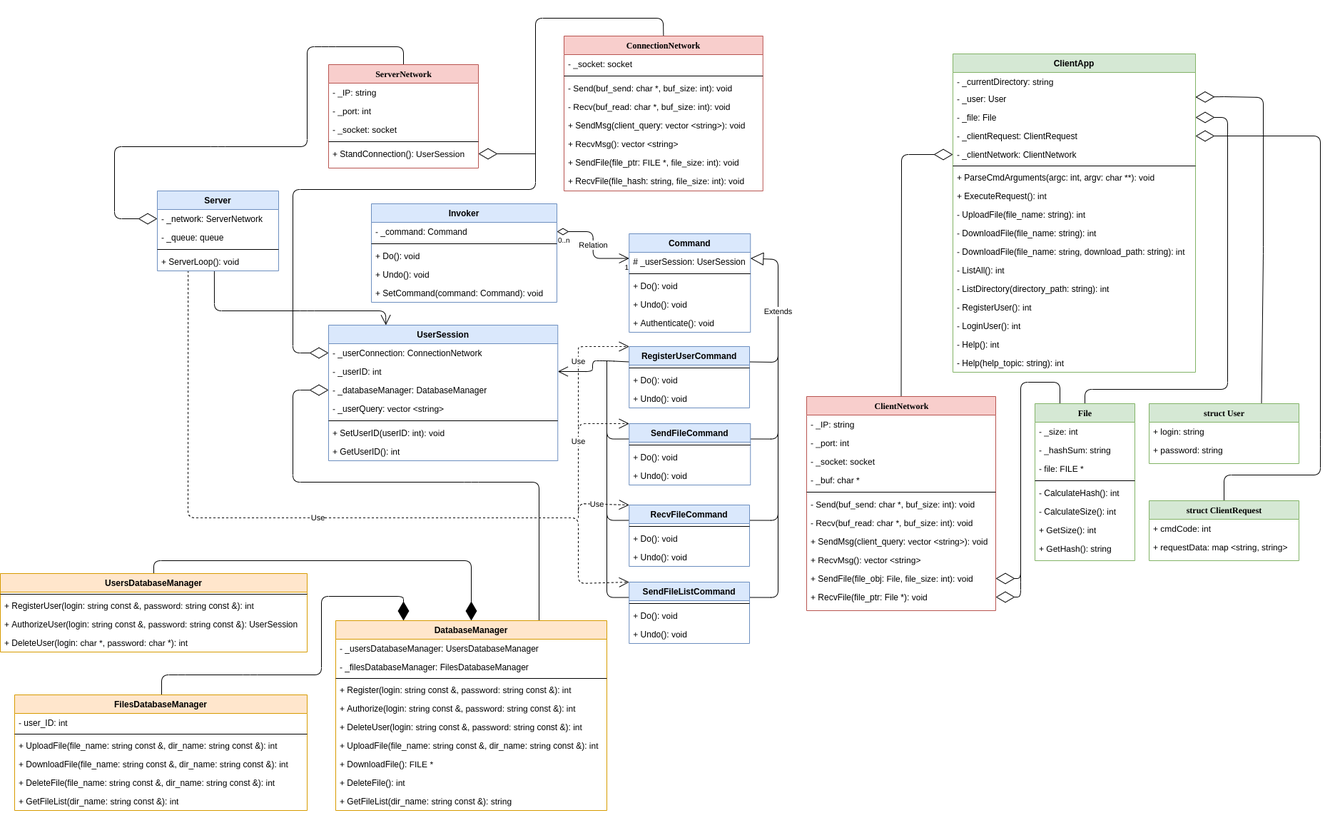
Before: uml.png, a diagram exported from draw.io (SmailD35/ScreamerCloud). Source tidied: cells renumbered, new cells last; positions are measured from the earlier drawing's top-left corner, leaving out a move shared by most shapes.
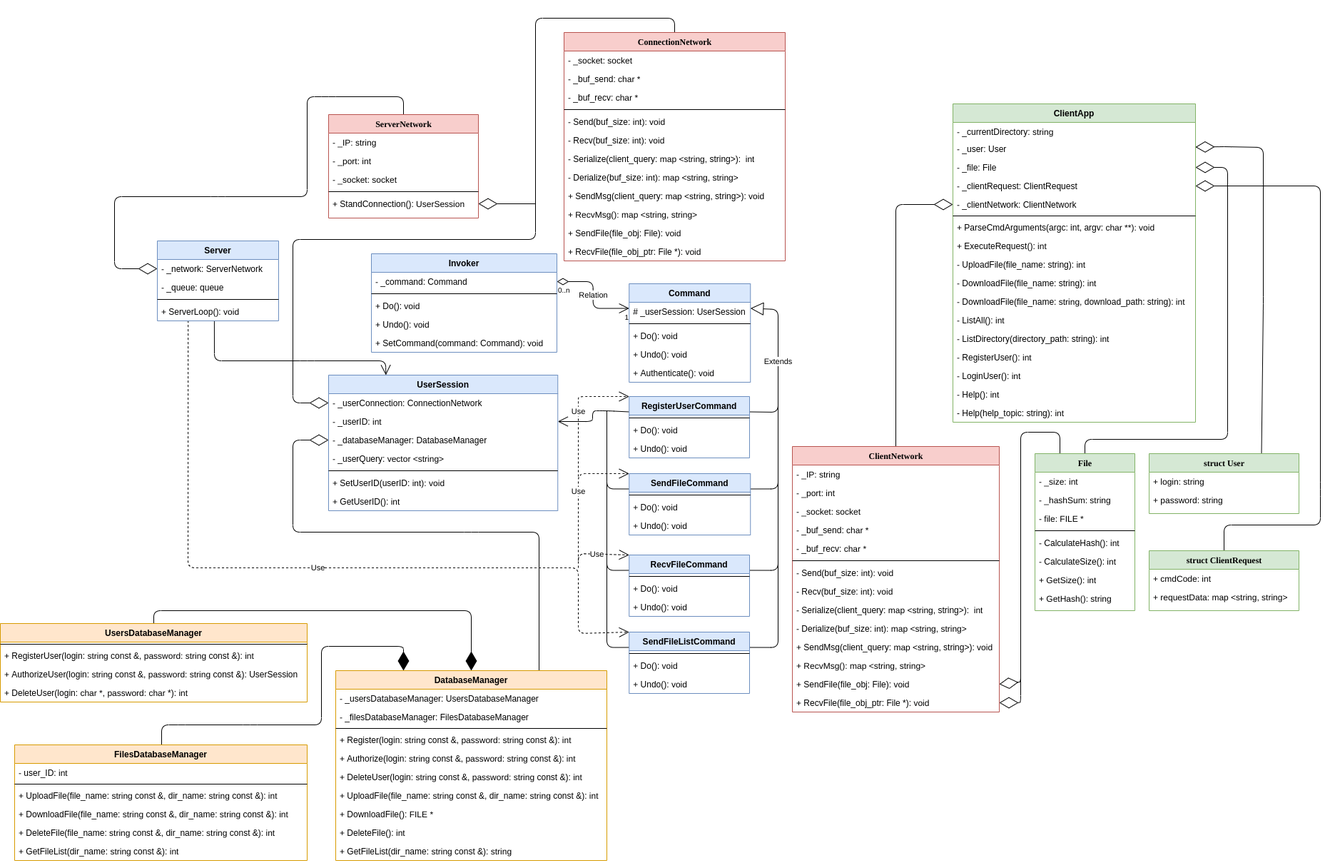
The same diagram one commit later.

Change to the diagram source:
```diff
@@ -14,7 +14,7 @@
     <mxCell id="3" style="endArrow=diamondThin;endFill=0;endSize=24;html=1;entryX=0;entryY=0.5;entryDx=0;entryDy=0;exitX=0.5;exitY=0;exitDx=0;exitDy=0;" parent="1" edge="1" source="128" target="35">
       <mxGeometry relative="1" as="geometry">
         <Array as="points">
-          <mxPoint x="1263" y="191" />
+          <mxPoint x="1255" y="191" />
         </Array>
       </mxGeometry>
     </mxCell>
@@ -165,8 +165,8 @@
     <mxCell id="24" style="endArrow=diamondThin;endFill=0;endSize=24;html=1;entryX=0;entryY=0.5;entryDx=0;entryDy=0;exitX=0.5;exitY=0;exitDx=0;exitDy=0;" parent="1" edge="1" source="95" target="76">
       <mxGeometry relative="1" as="geometry">
         <Array as="points">
-          <mxPoint x="929" />
-          <mxPoint x="750" />
+          <mxPoint x="945" y="-70" />
+          <mxPoint x="750" y="-70" />
           <mxPoint x="750" y="240" />
           <mxPoint x="410" y="240" />
           <mxPoint x="410" y="469" />
@@ -212,7 +212,7 @@
         <Array as="points">
           <mxPoint x="1485" y="510" />
           <mxPoint x="1430" y="510" />
-          <mxPoint x="1430" y="785" />
+          <mxPoint x="1430" y="860" />
         </Array>
       </mxGeometry>
     </mxCell>
@@ -411,33 +411,6 @@
     <mxCell id="94" value="+ Undo(): void" style="text;strokeColor=none;fillColor=none;align=left;verticalAlign=top;spacingLeft=4;spacingRight=4;overflow=hidden;" parent="91" vertex="1">
       <mxGeometry y="60" width="168.8" height="26" as="geometry" />
     </mxCell>
-    <mxCell id="95" value="ConnectionNetwork" style="swimlane;html=1;fontStyle=1;align=center;verticalAlign=top;horizontal=1;startSize=26;swimlaneFillColor=#ffffff;rounded=0;shadow=0;comic=0;labelBackgroundColor=none;strokeWidth=1;fillColor=#f8cecc;fontFamily=Verdana;fontSize=12;strokeColor=#b85450;" parent="1" vertex="1">
-      <mxGeometry x="790" y="25" width="278.8" height="217" as="geometry" />
-    </mxCell>
-    <mxCell id="96" value="- _socket: socket" style="text;html=1;strokeColor=none;fillColor=none;align=left;verticalAlign=top;spacingLeft=4;spacingRight=4;whiteSpace=wrap;overflow=hidden;" parent="95" vertex="1">
-      <mxGeometry y="26" width="278.8" height="26" as="geometry" />
-    </mxCell>
-    <mxCell id="97" style="line;html=1;strokeWidth=1;fillColor=none;align=left;verticalAlign=middle;spacingTop=-1;spacingLeft=3;spacingRight=3;labelPosition=right;" parent="95" vertex="1">
-      <mxGeometry y="52" width="278.8" height="8" as="geometry" />
-    </mxCell>
-    <mxCell id="98" value="- Send(buf_send: char *, buf_size: int): void" style="text;html=1;strokeColor=none;fillColor=none;align=left;verticalAlign=top;spacingLeft=4;spacingRight=4;whiteSpace=wrap;overflow=hidden;" parent="95" vertex="1">
-      <mxGeometry y="60" width="278.8" height="26" as="geometry" />
-    </mxCell>
-    <mxCell id="99" value="- Recv(buf_read: char *, buf_size: int): void" style="text;html=1;strokeColor=none;fillColor=none;align=left;verticalAlign=top;spacingLeft=4;spacingRight=4;whiteSpace=wrap;overflow=hidden;" parent="95" vertex="1">
-      <mxGeometry y="86" width="278.8" height="26" as="geometry" />
-    </mxCell>
-    <mxCell id="100" value="+ SendMsg(client_query: vector &amp;lt;string&amp;gt;): void&amp;nbsp;" style="text;html=1;strokeColor=none;fillColor=none;align=left;verticalAlign=top;spacingLeft=4;spacingRight=4;whiteSpace=wrap;overflow=hidden;" parent="95" vertex="1">
-      <mxGeometry y="112" width="278.8" height="26" as="geometry" />
-    </mxCell>
-    <mxCell id="101" value="+ RecvMsg(): vector &amp;lt;string&amp;gt;" style="text;html=1;strokeColor=none;fillColor=none;align=left;verticalAlign=top;spacingLeft=4;spacingRight=4;whiteSpace=wrap;overflow=hidden;" parent="95" vertex="1">
-      <mxGeometry y="138" width="278.8" height="26" as="geometry" />
-    </mxCell>
-    <mxCell id="102" value="+ SendFile(file_ptr: FILE *, file_size: int): void" style="text;html=1;strokeColor=none;fillColor=none;align=left;verticalAlign=top;spacingLeft=4;spacingRight=4;whiteSpace=wrap;overflow=hidden;" parent="95" vertex="1">
-      <mxGeometry y="164" width="278.8" height="26" as="geometry" />
-    </mxCell>
-    <mxCell id="103" value="+ RecvFile(file_hash: string, file_size: int): void" style="text;html=1;strokeColor=none;fillColor=none;align=left;verticalAlign=top;spacingLeft=4;spacingRight=4;whiteSpace=wrap;overflow=hidden;" parent="95" vertex="1">
-      <mxGeometry y="190" width="278.8" height="26" as="geometry" />
-    </mxCell>
     <mxCell id="104" value="DatabaseManager" style="swimlane;fontStyle=1;align=center;verticalAlign=top;horizontal=1;startSize=26;fillColor=#ffe6cc;strokeColor=#d79b00;" parent="1" vertex="1">
       <mxGeometry x="470" y="844" width="380" height="266" as="geometry" />
     </mxCell>
@@ -511,46 +484,55 @@
       <mxGeometry relative="1" as="geometry">
         <mxPoint x="1430" y="720" as="sourcePoint" />
         <Array as="points">
-          <mxPoint x="1430" y="780" />
-          <mxPoint x="1430" y="811" />
+          <mxPoint x="1430" y="830" />
+          <mxPoint x="1430" y="889" />
         </Array>
       </mxGeometry>
     </mxCell>
     <mxCell id="128" value="ClientNetwork" style="swimlane;html=1;fontStyle=1;align=center;verticalAlign=top;horizontal=1;startSize=26;swimlaneFillColor=#ffffff;rounded=0;shadow=0;comic=0;labelBackgroundColor=none;strokeWidth=1;fillColor=#f8cecc;fontFamily=Verdana;fontSize=12;strokeColor=#b85450;" parent="1" vertex="1">
-      <mxGeometry x="1130" y="530" width="265" height="300" as="geometry" />
+      <mxGeometry x="1110" y="530" width="290" height="372" as="geometry" />
     </mxCell>
     <mxCell id="129" value="- _IP: string" style="text;html=1;strokeColor=none;fillColor=none;align=left;verticalAlign=top;spacingLeft=4;spacingRight=4;whiteSpace=wrap;overflow=hidden;" parent="128" vertex="1">
-      <mxGeometry y="26" width="265" height="26" as="geometry" />
+      <mxGeometry y="26" width="290" height="26" as="geometry" />
     </mxCell>
     <mxCell id="130" value="- _port: int" style="text;html=1;strokeColor=none;fillColor=none;align=left;verticalAlign=top;spacingLeft=4;spacingRight=4;whiteSpace=wrap;overflow=hidden;" parent="128" vertex="1">
-      <mxGeometry y="52" width="265" height="26" as="geometry" />
+      <mxGeometry y="52" width="290" height="26" as="geometry" />
     </mxCell>
     <mxCell id="131" value="- _socket: socket" style="text;html=1;strokeColor=none;fillColor=none;align=left;verticalAlign=top;spacingLeft=4;spacingRight=4;whiteSpace=wrap;overflow=hidden;" parent="128" vertex="1">
-      <mxGeometry y="78" width="265" height="26" as="geometry" />
+      <mxGeometry y="78" width="290" height="26" as="geometry" />
     </mxCell>
-    <mxCell id="132" value="- _buf: char *" style="text;html=1;strokeColor=none;fillColor=none;align=left;verticalAlign=top;spacingLeft=4;spacingRight=4;whiteSpace=wrap;overflow=hidden;" parent="128" vertex="1">
-      <mxGeometry y="104" width="265" height="26" as="geometry" />
+    <mxCell id="132" value="- _buf_send: char *" style="text;html=1;strokeColor=none;fillColor=none;align=left;verticalAlign=top;spacingLeft=4;spacingRight=4;whiteSpace=wrap;overflow=hidden;" parent="128" vertex="1">
+      <mxGeometry y="104" width="290" height="26" as="geometry" />
     </mxCell>
+    <mxCell id="155" value="- _buf_recv: char *" style="text;html=1;strokeColor=none;fillColor=none;align=left;verticalAlign=top;spacingLeft=4;spacingRight=4;whiteSpace=wrap;overflow=hidden;" parent="128" vertex="1">
+      <mxGeometry y="130" width="290" height="26" as="geometry" />
+    </mxCell>
     <mxCell id="133" style="line;html=1;strokeWidth=1;fillColor=none;align=left;verticalAlign=middle;spacingTop=-1;spacingLeft=3;spacingRight=3;labelPosition=right;" parent="128" vertex="1">
-      <mxGeometry y="130" width="265" height="8" as="geometry" />
+      <mxGeometry y="156" width="290" height="8" as="geometry" />
     </mxCell>
-    <mxCell id="134" value="- Send(buf_send: char *, buf_size: int): void" style="text;html=1;strokeColor=none;fillColor=none;align=left;verticalAlign=top;spacingLeft=4;spacingRight=4;whiteSpace=wrap;overflow=hidden;" parent="128" vertex="1">
-      <mxGeometry y="138" width="265" height="26" as="geometry" />
+    <mxCell id="134" value="- Send(buf_size: int): void" style="text;html=1;strokeColor=none;fillColor=none;align=left;verticalAlign=top;spacingLeft=4;spacingRight=4;whiteSpace=wrap;overflow=hidden;" parent="128" vertex="1">
+      <mxGeometry y="164" width="290" height="26" as="geometry" />
     </mxCell>
-    <mxCell id="135" value="- Recv(buf_read: char *, buf_size: int): void" style="text;html=1;strokeColor=none;fillColor=none;align=left;verticalAlign=top;spacingLeft=4;spacingRight=4;whiteSpace=wrap;overflow=hidden;" parent="128" vertex="1">
-      <mxGeometry y="164" width="265" height="26" as="geometry" />
+    <mxCell id="135" value="- Recv(buf_size: int): void" style="text;html=1;strokeColor=none;fillColor=none;align=left;verticalAlign=top;spacingLeft=4;spacingRight=4;whiteSpace=wrap;overflow=hidden;" parent="128" vertex="1">
+      <mxGeometry y="190" width="290" height="26" as="geometry" />
     </mxCell>
+    <mxCell id="156" value="- Serialize(client_query: map &amp;lt;string, string&amp;gt;):&amp;nbsp; int" style="text;html=1;strokeColor=none;fillColor=none;align=left;verticalAlign=top;spacingLeft=4;spacingRight=4;whiteSpace=wrap;overflow=hidden;" parent="128" vertex="1">
+      <mxGeometry y="216" width="290" height="26" as="geometry" />
+    </mxCell>
+    <mxCell id="157" value="- Derialize(buf_size: int): map &amp;lt;string, string&amp;gt;" style="text;html=1;strokeColor=none;fillColor=none;align=left;verticalAlign=top;spacingLeft=4;spacingRight=4;whiteSpace=wrap;overflow=hidden;" parent="128" vertex="1">
+      <mxGeometry y="242" width="290" height="26" as="geometry" />
+    </mxCell>
-    <mxCell id="136" value="+ SendMsg(client_query: vector &amp;lt;string&amp;gt;): void" style="text;html=1;strokeColor=none;fillColor=none;align=left;verticalAlign=top;spacingLeft=4;spacingRight=4;whiteSpace=wrap;overflow=hidden;" parent="128" vertex="1">
-      <mxGeometry y="190" width="265" height="26" as="geometry" />
+    <mxCell id="136" value="+ SendMsg(client_query: map &amp;lt;string, string&amp;gt;): void" style="text;html=1;strokeColor=none;fillColor=none;align=left;verticalAlign=top;spacingLeft=4;spacingRight=4;whiteSpace=wrap;overflow=hidden;" parent="128" vertex="1">
+      <mxGeometry y="268" width="290" height="26" as="geometry" />
     </mxCell>
-    <mxCell id="137" value="+ RecvMsg(): vector &amp;lt;string&amp;gt;" style="text;html=1;strokeColor=none;fillColor=none;align=left;verticalAlign=top;spacingLeft=4;spacingRight=4;whiteSpace=wrap;overflow=hidden;" parent="128" vertex="1">
-      <mxGeometry y="216" width="265" height="26" as="geometry" />
+    <mxCell id="137" value="+ RecvMsg(): map &amp;lt;string, string&amp;gt;" style="text;html=1;strokeColor=none;fillColor=none;align=left;verticalAlign=top;spacingLeft=4;spacingRight=4;whiteSpace=wrap;overflow=hidden;" parent="128" vertex="1">
+      <mxGeometry y="294" width="290" height="26" as="geometry" />
     </mxCell>
-    <mxCell id="138" value="+ SendFile(file_obj: File, file_size: int): void" style="text;html=1;strokeColor=none;fillColor=none;align=left;verticalAlign=top;spacingLeft=4;spacingRight=4;whiteSpace=wrap;overflow=hidden;points=[[0,0.5],[1,0.5]];portConstraint=eastwest;" parent="128" vertex="1">
-      <mxGeometry y="242" width="265" height="26" as="geometry" />
+    <mxCell id="138" value="+ SendFile(file_obj: File): void" style="text;html=1;strokeColor=none;fillColor=none;align=left;verticalAlign=top;spacingLeft=4;spacingRight=4;whiteSpace=wrap;overflow=hidden;points=[[0,0.5],[1,0.5]];portConstraint=eastwest;" parent="128" vertex="1">
+      <mxGeometry y="320" width="290" height="26" as="geometry" />
     </mxCell>
-    <mxCell id="139" value="+ RecvFile(file_ptr: File *): void" style="text;html=1;strokeColor=none;fillColor=none;align=left;verticalAlign=top;spacingLeft=4;spacingRight=4;whiteSpace=wrap;overflow=hidden;points=[[0,0.5],[1,0.5]];portConstraint=eastwest;" parent="128" vertex="1">
-      <mxGeometry y="268" width="265" height="26" as="geometry" />
+    <mxCell id="139" value="+ RecvFile(file_obj_ptr: File *): void" style="text;html=1;strokeColor=none;fillColor=none;align=left;verticalAlign=top;spacingLeft=4;spacingRight=4;whiteSpace=wrap;overflow=hidden;points=[[0,0.5],[1,0.5]];portConstraint=eastwest;" parent="128" vertex="1">
+      <mxGeometry y="346" width="290" height="26" as="geometry" />
     </mxCell>
     <mxCell id="140" value="File" style="swimlane;html=1;fontStyle=1;align=center;verticalAlign=top;horizontal=1;startSize=26;swimlaneFillColor=#ffffff;rounded=0;shadow=0;comic=0;labelBackgroundColor=none;strokeWidth=1;fillColor=#d5e8d4;fontFamily=Verdana;fontSize=12;strokeColor=#82b366;" parent="1" vertex="1">
       <mxGeometry x="1450" y="540" width="140" height="220" as="geometry" />
@@ -597,5 +579,44 @@
     <mxCell id="154" value="+ requestData: map &amp;lt;string, string&amp;gt;" style="text;html=1;strokeColor=none;fillColor=none;align=left;verticalAlign=top;spacingLeft=4;spacingRight=4;whiteSpace=wrap;overflow=hidden;" parent="152" vertex="1">
       <mxGeometry y="52" width="210" height="26" as="geometry" />
     </mxCell>
+    <mxCell id="95" value="ConnectionNetwork" style="swimlane;html=1;fontStyle=1;align=center;verticalAlign=top;horizontal=1;startSize=26;swimlaneFillColor=#ffffff;rounded=0;shadow=0;comic=0;labelBackgroundColor=none;strokeWidth=1;fillColor=#f8cecc;fontFamily=Verdana;fontSize=12;strokeColor=#b85450;" parent="1" vertex="1">
+      <mxGeometry x="790" y="-50" width="310" height="320" as="geometry" />
+    </mxCell>
+    <mxCell id="96" value="- _socket: socket" style="text;html=1;strokeColor=none;fillColor=none;align=left;verticalAlign=top;spacingLeft=4;spacingRight=4;whiteSpace=wrap;overflow=hidden;" parent="95" vertex="1">
+      <mxGeometry y="26" width="310" height="26" as="geometry" />
+    </mxCell>
+    <mxCell id="158" value="- _buf_send: char *" style="text;html=1;strokeColor=none;fillColor=none;align=left;verticalAlign=top;spacingLeft=4;spacingRight=4;whiteSpace=wrap;overflow=hidden;" parent="95" vertex="1">
+      <mxGeometry y="52" width="310" height="26" as="geometry" />
+    </mxCell>
+    <mxCell id="159" value="- _buf_recv: char *" style="text;html=1;strokeColor=none;fillColor=none;align=left;verticalAlign=top;spacingLeft=4;spacingRight=4;whiteSpace=wrap;overflow=hidden;" parent="95" vertex="1">
+      <mxGeometry y="78" width="310" height="26" as="geometry" />
+    </mxCell>
+    <mxCell id="97" style="line;html=1;strokeWidth=1;fillColor=none;align=left;verticalAlign=middle;spacingTop=-1;spacingLeft=3;spacingRight=3;labelPosition=right;" parent="95" vertex="1">
+      <mxGeometry y="104" width="310" height="8" as="geometry" />
+    </mxCell>
+    <mxCell id="98" value="- Send(buf_size: int): void" style="text;html=1;strokeColor=none;fillColor=none;align=left;verticalAlign=top;spacingLeft=4;spacingRight=4;whiteSpace=wrap;overflow=hidden;" parent="95" vertex="1">
+      <mxGeometry y="112" width="310" height="26" as="geometry" />
+    </mxCell>
+    <mxCell id="99" value="- Recv(buf_size: int): void" style="text;html=1;strokeColor=none;fillColor=none;align=left;verticalAlign=top;spacingLeft=4;spacingRight=4;whiteSpace=wrap;overflow=hidden;" parent="95" vertex="1">
+      <mxGeometry y="138" width="310" height="26" as="geometry" />
+    </mxCell>
+    <mxCell id="160" value="- Serialize(client_query: map &amp;lt;string, string&amp;gt;):&amp;nbsp; int" style="text;html=1;strokeColor=none;fillColor=none;align=left;verticalAlign=top;spacingLeft=4;spacingRight=4;whiteSpace=wrap;overflow=hidden;" parent="95" vertex="1">
+      <mxGeometry y="164" width="310" height="26" as="geometry" />
+    </mxCell>
+    <mxCell id="161" value="- Derialize(buf_size: int): map &amp;lt;string, string&amp;gt;" style="text;html=1;strokeColor=none;fillColor=none;align=left;verticalAlign=top;spacingLeft=4;spacingRight=4;whiteSpace=wrap;overflow=hidden;" parent="95" vertex="1">
+      <mxGeometry y="190" width="310" height="26" as="geometry" />
+    </mxCell>
+    <mxCell id="100" value="+ SendMsg(client_query: map &amp;lt;string, string&amp;gt;): void&amp;nbsp;" style="text;html=1;strokeColor=none;fillColor=none;align=left;verticalAlign=top;spacingLeft=4;spacingRight=4;whiteSpace=wrap;overflow=hidden;" parent="95" vertex="1">
+      <mxGeometry y="216" width="310" height="26" as="geometry" />
+    </mxCell>
+    <mxCell id="101" value="+ RecvMsg(): map &amp;lt;string, string&amp;gt;" style="text;html=1;strokeColor=none;fillColor=none;align=left;verticalAlign=top;spacingLeft=4;spacingRight=4;whiteSpace=wrap;overflow=hidden;" parent="95" vertex="1">
+      <mxGeometry y="242" width="310" height="26" as="geometry" />
+    </mxCell>
+    <mxCell id="102" value="+ SendFile(file_obj: File): void" style="text;html=1;strokeColor=none;fillColor=none;align=left;verticalAlign=top;spacingLeft=4;spacingRight=4;whiteSpace=wrap;overflow=hidden;" parent="95" vertex="1">
+      <mxGeometry y="268" width="310" height="26" as="geometry" />
+    </mxCell>
+    <mxCell id="103" value="+ RecvFile(file_obj_ptr: File *): void" style="text;html=1;strokeColor=none;fillColor=none;align=left;verticalAlign=top;spacingLeft=4;spacingRight=4;whiteSpace=wrap;overflow=hidden;" parent="95" vertex="1">
+      <mxGeometry y="294" width="310" height="26" as="geometry" />
+    </mxCell>
   </root>
 </mxGraphModel>
```
